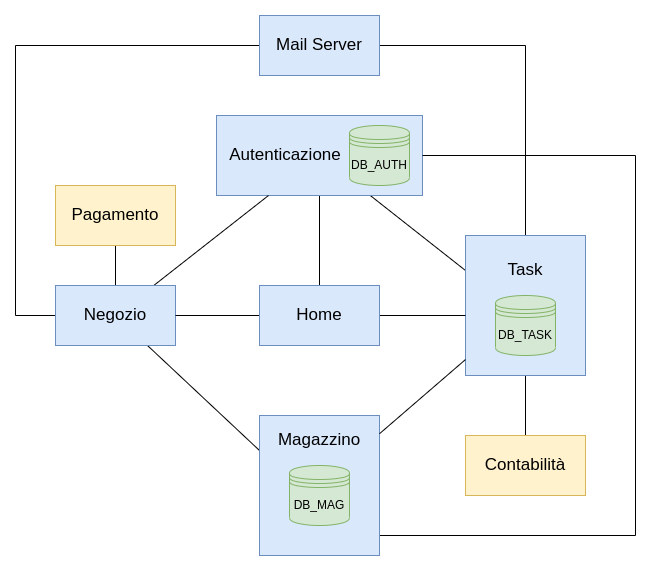
Earlier version of the draw.io export first-deliverable/back_end_short.png (IS-FixMi/Documentation-Source). Source tidied: cells renumbered, new cells last; positions are measured from the earlier drawing's top-left corner, leaving out a move shared by most shapes. The source it was exported from:
```xml
<mxGraphModel>
  <root>
    <mxCell id="0" />
    <mxCell id="1" parent="0" />
    <mxCell id="2" style="edgeStyle=orthogonalEdgeStyle;rounded=0;jettySize=auto;html=1;startArrow=none;startFill=0;endArrow=none;endFill=0;" parent="1" edge="1" source="4" target="18">
      <mxGeometry relative="1" as="geometry" />
    </mxCell>
    <mxCell id="3" style="rounded=0;jettySize=auto;html=1;entryX=0;entryY=0.25;entryDx=0;entryDy=0;startArrow=none;startFill=0;endArrow=none;endFill=0;" parent="1" edge="1" source="4" target="12">
      <mxGeometry relative="1" as="geometry" />
    </mxCell>
    <mxCell id="4" style="rounded=0;whiteSpace=wrap;html=1;fillColor=#dae8fc;strokeColor=#6c8ebf;align=left;" parent="1" vertex="1">
      <mxGeometry x="201" y="100" width="206" height="80" as="geometry" />
    </mxCell>
    <mxCell id="5" style="edgeStyle=orthogonalEdgeStyle;rounded=0;jettySize=auto;html=1;entryX=0.5;entryY=1;entryDx=0;entryDy=0;startArrow=none;startFill=0;endArrow=none;endFill=0;" parent="1" edge="1" source="9" target="15">
      <mxGeometry relative="1" as="geometry" />
    </mxCell>
    <mxCell id="6" style="rounded=0;jettySize=auto;html=1;entryX=0;entryY=0.25;entryDx=0;entryDy=0;endArrow=none;endFill=0;" parent="1" edge="1" source="9" target="14">
      <mxGeometry relative="1" as="geometry" />
    </mxCell>
    <mxCell id="7" style="rounded=0;jettySize=auto;html=1;startArrow=none;startFill=0;endArrow=none;endFill=0;" parent="1" edge="1" source="9" target="4">
      <mxGeometry relative="1" as="geometry" />
    </mxCell>
    <mxCell id="8" style="edgeStyle=orthogonalEdgeStyle;rounded=0;jettySize=auto;html=1;entryX=0;entryY=0.5;entryDx=0;entryDy=0;endArrow=none;endFill=0;" parent="1" edge="1" source="9" target="28">
      <mxGeometry relative="1" as="geometry">
        <Array as="points">
          <mxPoint y="300" />
          <mxPoint y="30" />
        </Array>
      </mxGeometry>
    </mxCell>
    <mxCell id="9" value="Negozio" style="rounded=0;whiteSpace=wrap;html=1;fillColor=#dae8fc;strokeColor=#6c8ebf;fontSize=17;" parent="1" vertex="1">
      <mxGeometry x="40" y="270" width="120" height="60" as="geometry" />
    </mxCell>
    <mxCell id="10" style="edgeStyle=orthogonalEdgeStyle;rounded=0;jettySize=auto;html=1;entryX=0.5;entryY=0;entryDx=0;entryDy=0;endArrow=none;endFill=0;" parent="1" edge="1" source="12" target="19">
      <mxGeometry relative="1" as="geometry" />
    </mxCell>
    <mxCell id="11" style="edgeStyle=orthogonalEdgeStyle;rounded=0;jettySize=auto;html=1;entryX=1;entryY=0.5;entryDx=0;entryDy=0;endArrow=none;endFill=0;" parent="1" edge="1" source="12" target="28">
      <mxGeometry relative="1" as="geometry">
        <Array as="points">
          <mxPoint x="510" y="30" />
        </Array>
      </mxGeometry>
    </mxCell>
    <mxCell id="12" style="rounded=0;whiteSpace=wrap;html=1;fillColor=#dae8fc;strokeColor=#6c8ebf;" parent="1" vertex="1">
      <mxGeometry x="450" y="220" width="120" height="140" as="geometry" />
    </mxCell>
    <mxCell id="13" style="edgeStyle=orthogonalEdgeStyle;rounded=0;jettySize=auto;html=1;endArrow=none;endFill=0;" parent="1" edge="1" source="14" target="4">
      <mxGeometry relative="1" as="geometry">
        <Array as="points">
          <mxPoint x="620" y="520" />
          <mxPoint x="620" y="140" />
        </Array>
      </mxGeometry>
    </mxCell>
    <mxCell id="14" style="rounded=0;whiteSpace=wrap;html=1;fillColor=#dae8fc;strokeColor=#6c8ebf;verticalAlign=top;" parent="1" vertex="1">
      <mxGeometry x="244" y="400" width="120" height="140" as="geometry" />
    </mxCell>
    <mxCell id="15" value="Pagamento" style="rounded=0;whiteSpace=wrap;html=1;fillColor=#fff2cc;strokeColor=#d6b656;fontSize=17;" parent="1" vertex="1">
      <mxGeometry x="40" y="170" width="120" height="60" as="geometry" />
    </mxCell>
    <mxCell id="16" style="edgeStyle=orthogonalEdgeStyle;rounded=0;jettySize=auto;html=1;entryX=1;entryY=0.5;entryDx=0;entryDy=0;endArrow=none;endFill=0;" parent="1" edge="1" source="18" target="9">
      <mxGeometry relative="1" as="geometry" />
    </mxCell>
    <mxCell id="17" style="edgeStyle=orthogonalEdgeStyle;rounded=0;jettySize=auto;html=1;endArrow=none;endFill=0;" parent="1" edge="1" source="18">
      <mxGeometry relative="1" as="geometry">
        <mxPoint x="450" y="300" as="targetPoint" />
        <Array as="points">
          <mxPoint x="450" y="300" />
        </Array>
      </mxGeometry>
    </mxCell>
    <mxCell id="18" value="Home" style="rounded=0;whiteSpace=wrap;html=1;fillColor=#dae8fc;strokeColor=#6c8ebf;fontSize=17;" parent="1" vertex="1">
      <mxGeometry x="244" y="270" width="120" height="60" as="geometry" />
    </mxCell>
    <mxCell id="19" value="Contabilità" style="rounded=0;whiteSpace=wrap;html=1;fillColor=#fff2cc;strokeColor=#d6b656;fontSize=17;" parent="1" vertex="1">
      <mxGeometry x="450" y="420" width="120" height="60" as="geometry" />
    </mxCell>
    <mxCell id="20" value="DB_MAG" style="shape=datastore;whiteSpace=wrap;html=1;fillColor=#d5e8d4;strokeColor=#82b366;" parent="1" vertex="1">
      <mxGeometry x="274" y="450" width="60" height="60" as="geometry" />
    </mxCell>
    <mxCell id="21" value="DB_AUTH" style="shape=datastore;whiteSpace=wrap;html=1;fillColor=#d5e8d4;strokeColor=#82b366;" parent="1" vertex="1">
      <mxGeometry x="334" y="110" width="60" height="60" as="geometry" />
    </mxCell>
    <mxCell id="22" value="Autenticazione" style="text;html=1;strokeColor=none;fillColor=none;align=center;verticalAlign=middle;whiteSpace=wrap;rounded=0;fontSize=17;" parent="1" vertex="1">
      <mxGeometry x="240" y="125" width="60" height="30" as="geometry" />
    </mxCell>
    <mxCell id="23" value="Magazzino" style="text;html=1;strokeColor=none;fillColor=none;align=center;verticalAlign=middle;whiteSpace=wrap;rounded=0;fontSize=17;" parent="1" vertex="1">
      <mxGeometry x="274" y="410" width="60" height="30" as="geometry" />
    </mxCell>
    <mxCell id="24" value="DB_TASK" style="shape=datastore;whiteSpace=wrap;html=1;fillColor=#d5e8d4;strokeColor=#82b366;" parent="1" vertex="1">
      <mxGeometry x="480" y="280" width="60" height="60" as="geometry" />
    </mxCell>
    <mxCell id="25" value="Task" style="text;html=1;strokeColor=none;fillColor=none;align=center;verticalAlign=middle;whiteSpace=wrap;rounded=0;fontSize=17;" parent="1" vertex="1">
      <mxGeometry x="480" y="240" width="60" height="30" as="geometry" />
    </mxCell>
    <mxCell id="26" style="edgeStyle=orthogonalEdgeStyle;rounded=0;orthogonalLoop=1;jettySize=auto;html=1;exitX=0.5;exitY=1;exitDx=0;exitDy=0;" parent="1" edge="1" source="24" target="24">
      <mxGeometry relative="1" as="geometry" />
    </mxCell>
    <mxCell id="27" style="rounded=0;jettySize=auto;html=1;entryX=0;entryY=0.886;entryDx=0;entryDy=0;entryPerimeter=0;startArrow=none;startFill=0;endArrow=none;endFill=0;" parent="1" edge="1" source="14" target="12">
      <mxGeometry relative="1" as="geometry" />
    </mxCell>
    <mxCell id="28" value="Mail Server" style="rounded=0;whiteSpace=wrap;html=1;fillColor=#dae8fc;strokeColor=#6c8ebf;fontSize=17;" parent="1" vertex="1">
      <mxGeometry x="244" width="120" height="60" as="geometry" />
    </mxCell>
  </root>
</mxGraphModel>
```
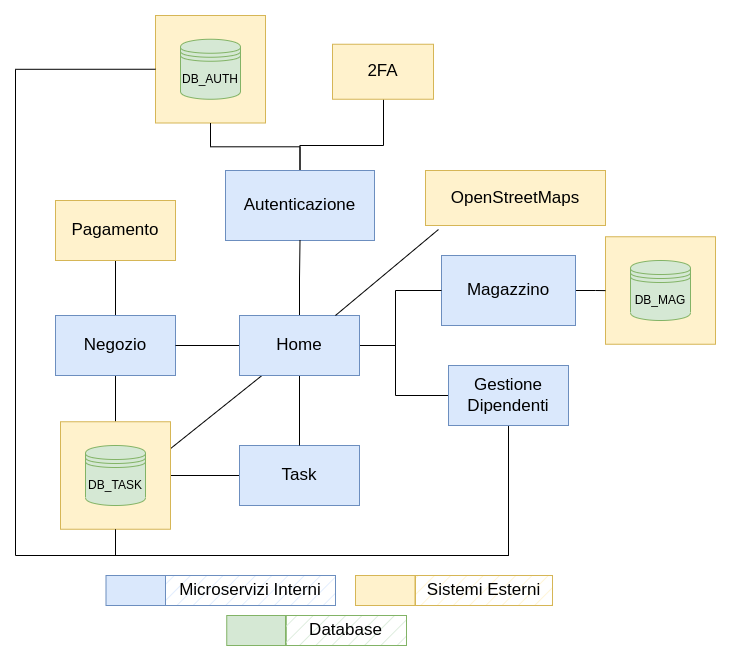
After the change.

Diff of the diagram source:
```diff
@@ -2,105 +2,149 @@
   <root>
     <mxCell id="0" />
     <mxCell id="1" parent="0" />
-    <mxCell id="2" style="edgeStyle=orthogonalEdgeStyle;rounded=0;jettySize=auto;html=1;startArrow=none;startFill=0;endArrow=none;endFill=0;" parent="1" edge="1" source="4" target="18">
-      <mxGeometry relative="1" as="geometry" />
-    </mxCell>
-    <mxCell id="3" style="rounded=0;jettySize=auto;html=1;entryX=0;entryY=0.25;entryDx=0;entryDy=0;startArrow=none;startFill=0;endArrow=none;endFill=0;" parent="1" edge="1" source="4" target="12">
-      <mxGeometry relative="1" as="geometry" />
-    </mxCell>
+    <mxCell id="29" style="rounded=0;whiteSpace=wrap;html=1;fillColor=#fff2cc;strokeColor=#d6b656;fontSize=17;" parent="1" vertex="1">
+      <mxGeometry x="610" y="191.2" width="110" height="107.5" as="geometry" />
+    </mxCell>
+    <mxCell id="30" style="rounded=0;whiteSpace=wrap;html=1;fillColor=#fff2cc;strokeColor=#d6b656;fontSize=17;" parent="1" vertex="1">
+      <mxGeometry x="160" y="-30" width="110" height="107.5" as="geometry" />
+    </mxCell>
+    <mxCell id="31" style="edgeStyle=orthogonalEdgeStyle;rounded=0;jettySize=auto;html=1;entryX=0.5;entryY=1;entryDx=0;entryDy=0;endArrow=none;endFill=0;" parent="1" edge="1" source="4" target="30">
+      <mxGeometry relative="1" as="geometry" />
+    </mxCell>
+    <mxCell id="32" style="edgeStyle=orthogonalEdgeStyle;rounded=0;jettySize=auto;html=1;endArrow=none;endFill=0;" parent="1" edge="1" source="4" target="42">
+      <mxGeometry relative="1" as="geometry">
+        <Array as="points">
+          <mxPoint x="305" y="100" />
+          <mxPoint x="388" y="100" />
+        </Array>
+      </mxGeometry>
+    </mxCell>
-    <mxCell id="4" style="rounded=0;whiteSpace=wrap;html=1;fillColor=#dae8fc;strokeColor=#6c8ebf;align=left;" parent="1" vertex="1">
-      <mxGeometry x="201" y="100" width="206" height="80" as="geometry" />
+    <mxCell id="4" value="Autenticazione" style="rounded=0;whiteSpace=wrap;html=1;fillColor=#dae8fc;strokeColor=#6c8ebf;align=center;fontSize=17;" parent="1" vertex="1">
+      <mxGeometry x="230" y="125" width="149" height="70" as="geometry" />
     </mxCell>
+    <mxCell id="33" style="edgeStyle=orthogonalEdgeStyle;rounded=0;jettySize=auto;html=1;entryX=0.5;entryY=0;entryDx=0;entryDy=0;endArrow=none;endFill=0;" parent="1" edge="1" source="9" target="19">
+      <mxGeometry relative="1" as="geometry" />
+    </mxCell>
-    <mxCell id="5" style="edgeStyle=orthogonalEdgeStyle;rounded=0;jettySize=auto;html=1;entryX=0.5;entryY=1;entryDx=0;entryDy=0;startArrow=none;startFill=0;endArrow=none;endFill=0;" parent="1" edge="1" source="9" target="15">
+    <mxCell id="5" style="edgeStyle=orthogonalEdgeStyle;rounded=0;jettySize=auto;html=1;endArrow=none;endFill=0;" parent="1" edge="1" source="9" target="15">
       <mxGeometry relative="1" as="geometry" />
     </mxCell>
-    <mxCell id="6" style="rounded=0;jettySize=auto;html=1;entryX=0;entryY=0.25;entryDx=0;entryDy=0;endArrow=none;endFill=0;" parent="1" edge="1" source="9" target="14">
-      <mxGeometry relative="1" as="geometry" />
-    </mxCell>
-    <mxCell id="7" style="rounded=0;jettySize=auto;html=1;startArrow=none;startFill=0;endArrow=none;endFill=0;" parent="1" edge="1" source="9" target="4">
-      <mxGeometry relative="1" as="geometry" />
-    </mxCell>
-    <mxCell id="8" style="edgeStyle=orthogonalEdgeStyle;rounded=0;jettySize=auto;html=1;entryX=0;entryY=0.5;entryDx=0;entryDy=0;endArrow=none;endFill=0;" parent="1" edge="1" source="9" target="28">
-      <mxGeometry relative="1" as="geometry">
-        <Array as="points">
-          <mxPoint y="300" />
-          <mxPoint y="30" />
-        </Array>
-      </mxGeometry>
-    </mxCell>
     <mxCell id="9" value="Negozio" style="rounded=0;whiteSpace=wrap;html=1;fillColor=#dae8fc;strokeColor=#6c8ebf;fontSize=17;" parent="1" vertex="1">
-      <mxGeometry x="40" y="270" width="120" height="60" as="geometry" />
+      <mxGeometry x="60" y="270" width="120" height="60" as="geometry" />
     </mxCell>
-    <mxCell id="10" style="edgeStyle=orthogonalEdgeStyle;rounded=0;jettySize=auto;html=1;entryX=0.5;entryY=0;entryDx=0;entryDy=0;endArrow=none;endFill=0;" parent="1" edge="1" source="12" target="19">
+    <mxCell id="10" style="edgeStyle=orthogonalEdgeStyle;rounded=0;jettySize=auto;html=1;entryX=1;entryY=0.5;entryDx=0;entryDy=0;endArrow=none;endFill=0;" parent="1" edge="1" source="12" target="19">
       <mxGeometry relative="1" as="geometry" />
     </mxCell>
-    <mxCell id="11" style="edgeStyle=orthogonalEdgeStyle;rounded=0;jettySize=auto;html=1;entryX=1;entryY=0.5;entryDx=0;entryDy=0;endArrow=none;endFill=0;" parent="1" edge="1" source="12" target="28">
-      <mxGeometry relative="1" as="geometry">
-        <Array as="points">
-          <mxPoint x="510" y="30" />
-        </Array>
-      </mxGeometry>
-    </mxCell>
     <mxCell id="12" style="rounded=0;whiteSpace=wrap;html=1;fillColor=#dae8fc;strokeColor=#6c8ebf;" parent="1" vertex="1">
-      <mxGeometry x="450" y="220" width="120" height="140" as="geometry" />
+      <mxGeometry x="244" y="400" width="120" height="60" as="geometry" />
     </mxCell>
-    <mxCell id="13" style="edgeStyle=orthogonalEdgeStyle;rounded=0;jettySize=auto;html=1;endArrow=none;endFill=0;" parent="1" edge="1" source="14" target="4">
-      <mxGeometry relative="1" as="geometry">
-        <Array as="points">
-          <mxPoint x="620" y="520" />
-          <mxPoint x="620" y="140" />
-        </Array>
-      </mxGeometry>
-    </mxCell>
+    <mxCell id="34" style="edgeStyle=orthogonalEdgeStyle;rounded=0;jettySize=auto;html=1;endArrow=none;endFill=0;" parent="1" edge="1" source="14" target="29">
+      <mxGeometry relative="1" as="geometry" />
+    </mxCell>
     <mxCell id="14" style="rounded=0;whiteSpace=wrap;html=1;fillColor=#dae8fc;strokeColor=#6c8ebf;verticalAlign=top;" parent="1" vertex="1">
-      <mxGeometry x="244" y="400" width="120" height="140" as="geometry" />
+      <mxGeometry x="446" y="210" width="134" height="70" as="geometry" />
     </mxCell>
     <mxCell id="15" value="Pagamento" style="rounded=0;whiteSpace=wrap;html=1;fillColor=#fff2cc;strokeColor=#d6b656;fontSize=17;" parent="1" vertex="1">
-      <mxGeometry x="40" y="170" width="120" height="60" as="geometry" />
+      <mxGeometry x="60" y="155" width="120" height="60" as="geometry" />
     </mxCell>
-    <mxCell id="16" style="edgeStyle=orthogonalEdgeStyle;rounded=0;jettySize=auto;html=1;entryX=1;entryY=0.5;entryDx=0;entryDy=0;endArrow=none;endFill=0;" parent="1" edge="1" source="18" target="9">
+    <mxCell id="16" style="edgeStyle=orthogonalEdgeStyle;rounded=0;jettySize=auto;html=1;entryX=1;entryY=0.5;entryDx=0;entryDy=0;startArrow=none;startFill=0;endArrow=none;endFill=0;" parent="1" edge="1" source="18" target="9">
       <mxGeometry relative="1" as="geometry" />
     </mxCell>
-    <mxCell id="17" style="edgeStyle=orthogonalEdgeStyle;rounded=0;jettySize=auto;html=1;endArrow=none;endFill=0;" parent="1" edge="1" source="18">
-      <mxGeometry relative="1" as="geometry">
-        <mxPoint x="450" y="300" as="targetPoint" />
-        <Array as="points">
-          <mxPoint x="450" y="300" />
-        </Array>
-      </mxGeometry>
-    </mxCell>
+    <mxCell id="35" style="edgeStyle=orthogonalEdgeStyle;rounded=0;jettySize=auto;html=1;entryX=0;entryY=0.5;entryDx=0;entryDy=0;endArrow=none;endFill=0;" parent="1" edge="1" source="18" target="14">
+      <mxGeometry relative="1" as="geometry">
+        <Array as="points">
+          <mxPoint x="400" y="300" />
+          <mxPoint x="400" y="245" />
+        </Array>
+      </mxGeometry>
+    </mxCell>
+    <mxCell id="36" style="edgeStyle=orthogonalEdgeStyle;rounded=0;jettySize=auto;html=1;entryX=0.5;entryY=0;entryDx=0;entryDy=0;endArrow=none;endFill=0;" parent="1" edge="1" source="18" target="12">
+      <mxGeometry relative="1" as="geometry" />
+    </mxCell>
+    <mxCell id="37" style="edgeStyle=orthogonalEdgeStyle;rounded=0;jettySize=auto;html=1;endArrow=none;endFill=0;" parent="1" edge="1" source="18" target="4">
+      <mxGeometry relative="1" as="geometry" />
+    </mxCell>
+    <mxCell id="38" style="rounded=0;jettySize=auto;html=1;entryX=1;entryY=0.25;entryDx=0;entryDy=0;endArrow=none;endFill=0;" parent="1" edge="1" source="18" target="19">
+      <mxGeometry relative="1" as="geometry" />
+    </mxCell>
+    <mxCell id="39" style="edgeStyle=orthogonalEdgeStyle;rounded=0;jettySize=auto;html=1;entryX=0;entryY=0.5;entryDx=0;entryDy=0;endArrow=none;endFill=0;" parent="1" edge="1" source="18" target="45">
+      <mxGeometry relative="1" as="geometry">
+        <Array as="points">
+          <mxPoint x="400" y="300" />
+          <mxPoint x="400" y="350" />
+          <mxPoint x="453" y="350" />
+        </Array>
+      </mxGeometry>
+    </mxCell>
     <mxCell id="18" value="Home" style="rounded=0;whiteSpace=wrap;html=1;fillColor=#dae8fc;strokeColor=#6c8ebf;fontSize=17;" parent="1" vertex="1">
       <mxGeometry x="244" y="270" width="120" height="60" as="geometry" />
     </mxCell>
-    <mxCell id="19" value="Contabilità" style="rounded=0;whiteSpace=wrap;html=1;fillColor=#fff2cc;strokeColor=#d6b656;fontSize=17;" parent="1" vertex="1">
-      <mxGeometry x="450" y="420" width="120" height="60" as="geometry" />
+    <mxCell id="19" style="rounded=0;whiteSpace=wrap;html=1;fillColor=#fff2cc;strokeColor=#d6b656;fontSize=17;" parent="1" vertex="1">
+      <mxGeometry x="65" y="376.2" width="110" height="107.5" as="geometry" />
     </mxCell>
     <mxCell id="20" value="DB_MAG" style="shape=datastore;whiteSpace=wrap;html=1;fillColor=#d5e8d4;strokeColor=#82b366;" parent="1" vertex="1">
-      <mxGeometry x="274" y="450" width="60" height="60" as="geometry" />
+      <mxGeometry x="635" y="215" width="60" height="60" as="geometry" />
     </mxCell>
     <mxCell id="21" value="DB_AUTH" style="shape=datastore;whiteSpace=wrap;html=1;fillColor=#d5e8d4;strokeColor=#82b366;" parent="1" vertex="1">
-      <mxGeometry x="334" y="110" width="60" height="60" as="geometry" />
+      <mxGeometry x="185" y="-6.2" width="60" height="60" as="geometry" />
     </mxCell>
-    <mxCell id="22" value="Autenticazione" style="text;html=1;strokeColor=none;fillColor=none;align=center;verticalAlign=middle;whiteSpace=wrap;rounded=0;fontSize=17;" parent="1" vertex="1">
-      <mxGeometry x="240" y="125" width="60" height="30" as="geometry" />
-    </mxCell>
     <mxCell id="23" value="Magazzino" style="text;html=1;strokeColor=none;fillColor=none;align=center;verticalAlign=middle;whiteSpace=wrap;rounded=0;fontSize=17;" parent="1" vertex="1">
-      <mxGeometry x="274" y="410" width="60" height="30" as="geometry" />
+      <mxGeometry x="483" y="230" width="60" height="30" as="geometry" />
     </mxCell>
     <mxCell id="24" value="DB_TASK" style="shape=datastore;whiteSpace=wrap;html=1;fillColor=#d5e8d4;strokeColor=#82b366;" parent="1" vertex="1">
-      <mxGeometry x="480" y="280" width="60" height="60" as="geometry" />
+      <mxGeometry x="90" y="400" width="60" height="60" as="geometry" />
     </mxCell>
     <mxCell id="25" value="Task" style="text;html=1;strokeColor=none;fillColor=none;align=center;verticalAlign=middle;whiteSpace=wrap;rounded=0;fontSize=17;" parent="1" vertex="1">
-      <mxGeometry x="480" y="240" width="60" height="30" as="geometry" />
+      <mxGeometry x="274" y="415" width="60" height="30" as="geometry" />
     </mxCell>
     <mxCell id="26" style="edgeStyle=orthogonalEdgeStyle;rounded=0;orthogonalLoop=1;jettySize=auto;html=1;exitX=0.5;exitY=1;exitDx=0;exitDy=0;" parent="1" edge="1" source="24" target="24">
       <mxGeometry relative="1" as="geometry" />
     </mxCell>
-    <mxCell id="27" style="rounded=0;jettySize=auto;html=1;entryX=0;entryY=0.886;entryDx=0;entryDy=0;entryPerimeter=0;startArrow=none;startFill=0;endArrow=none;endFill=0;" parent="1" edge="1" source="14" target="12">
-      <mxGeometry relative="1" as="geometry" />
-    </mxCell>
-    <mxCell id="28" value="Mail Server" style="rounded=0;whiteSpace=wrap;html=1;fillColor=#dae8fc;strokeColor=#6c8ebf;fontSize=17;" parent="1" vertex="1">
-      <mxGeometry x="244" width="120" height="60" as="geometry" />
-    </mxCell>
+    <mxCell id="40" value="OpenStreetMaps" style="rounded=0;whiteSpace=wrap;html=1;fillColor=#fff2cc;strokeColor=#d6b656;fontSize=17;" parent="1" vertex="1">
+      <mxGeometry x="430" y="125" width="180" height="55" as="geometry" />
+    </mxCell>
+    <mxCell id="41" style="rounded=0;jettySize=auto;html=1;entryX=0.072;entryY=1.073;entryDx=0;entryDy=0;entryPerimeter=0;endArrow=none;endFill=0;" parent="1" edge="1" source="18" target="40">
+      <mxGeometry relative="1" as="geometry" />
+    </mxCell>
+    <mxCell id="42" value="2FA" style="rounded=0;whiteSpace=wrap;html=1;fillColor=#fff2cc;strokeColor=#d6b656;fontSize=17;" parent="1" vertex="1">
+      <mxGeometry x="337" y="-1.2" width="101" height="55" as="geometry" />
+    </mxCell>
+    <mxCell id="43" style="edgeStyle=orthogonalEdgeStyle;rounded=0;jettySize=auto;html=1;entryX=0.5;entryY=1;entryDx=0;entryDy=0;endArrow=none;endFill=0;" parent="1" edge="1" source="45" target="19">
+      <mxGeometry relative="1" as="geometry">
+        <Array as="points">
+          <mxPoint x="513" y="510" />
+          <mxPoint x="120" y="510" />
+        </Array>
+      </mxGeometry>
+    </mxCell>
+    <mxCell id="44" style="edgeStyle=orthogonalEdgeStyle;rounded=0;jettySize=auto;html=1;entryX=0;entryY=0.5;entryDx=0;entryDy=0;endArrow=none;endFill=0;" parent="1" edge="1" source="45" target="30">
+      <mxGeometry relative="1" as="geometry">
+        <Array as="points">
+          <mxPoint x="513" y="510" />
+          <mxPoint x="20" y="510" />
+          <mxPoint x="20" y="24" />
+        </Array>
+      </mxGeometry>
+    </mxCell>
+    <mxCell id="45" value="Gestione Dipendenti" style="rounded=0;whiteSpace=wrap;html=1;fillColor=#dae8fc;strokeColor=#6c8ebf;fontSize=17;" parent="1" vertex="1">
+      <mxGeometry x="453" y="320" width="120" height="60" as="geometry" />
+    </mxCell>
+    <mxCell id="46" style="rounded=0;whiteSpace=wrap;html=1;fillColor=#dae8fc;strokeColor=#6c8ebf;align=center;fontSize=17;" parent="1" vertex="1">
+      <mxGeometry x="110.5" y="530" width="59.5" height="30" as="geometry" />
+    </mxCell>
+    <mxCell id="47" value="Microservizi Interni" style="text;html=1;strokeColor=#6c8ebf;fillColor=#dae8fc;align=center;verticalAlign=middle;whiteSpace=wrap;rounded=0;fontSize=17;fillStyle=hatch;" parent="1" vertex="1">
+      <mxGeometry x="170" y="530" width="170" height="30" as="geometry" />
+    </mxCell>
+    <mxCell id="48" style="rounded=0;whiteSpace=wrap;html=1;fillColor=#fff2cc;strokeColor=#d6b656;align=center;fontSize=17;" parent="1" vertex="1">
+      <mxGeometry x="360" y="530" width="59.5" height="30" as="geometry" />
+    </mxCell>
+    <mxCell id="49" value="Sistemi Esterni" style="text;html=1;strokeColor=#d6b656;fillColor=#fff2cc;align=center;verticalAlign=middle;whiteSpace=wrap;rounded=0;fontSize=17;fillStyle=hatch;" parent="1" vertex="1">
+      <mxGeometry x="420" y="530" width="137" height="30" as="geometry" />
+    </mxCell>
+    <mxCell id="50" style="rounded=0;whiteSpace=wrap;html=1;fillColor=#d5e8d4;strokeColor=#82b366;align=center;fontSize=17;" parent="1" vertex="1">
+      <mxGeometry x="231.2" y="570" width="59.5" height="30" as="geometry" />
+    </mxCell>
+    <mxCell id="51" value="Database" style="text;html=1;strokeColor=#82b366;fillColor=#d5e8d4;align=center;verticalAlign=middle;whiteSpace=wrap;rounded=0;fontSize=17;fillStyle=hatch;" parent="1" vertex="1">
+      <mxGeometry x="290" y="570" width="121" height="30" as="geometry" />
+    </mxCell>
   </root>
 </mxGraphModel>
```
